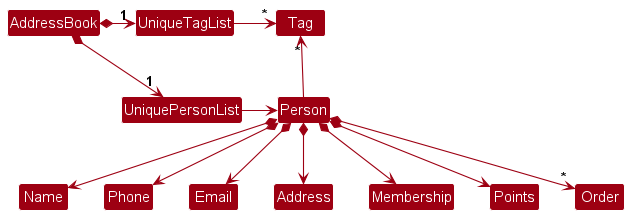
This is docs/images/BetterModelClassDiagram.png from kokerinks/tp, a PlantUML export, as it was before one commit.
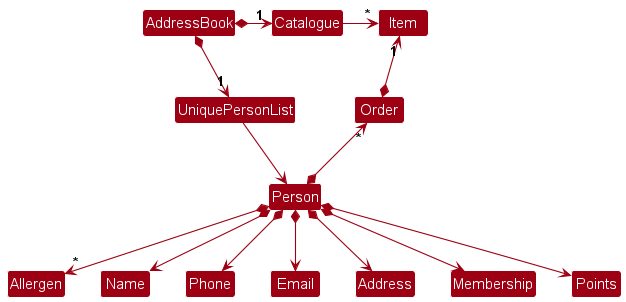
The same diagram one commit later.

Change to the diagram source:
```diff
@@ -5,20 +5,20 @@
 skinparam classBackgroundColor MODEL_COLOR
 
 AddressBook *-right-> "1" UniquePersonList
-AddressBook *-right-> "1" UniqueTagList
-UniqueTagList -[hidden]down- UniquePersonList
-UniqueTagList -[hidden]down- UniquePersonList
+AddressBook *-right-> "1" Catalogue
 
-UniqueTagList -right-> "*" Tag
 UniquePersonList -right-> Person
 
-Person -up-> "*" Tag
+Catalogue -right-> "*" Item
 
+Person *--> "*" Allergen
 Person *--> Name
 Person *--> Phone
 Person *--> Email
 Person *--> Address
 Person *--> Membership
 Person *--> Points
-Person *--> "*" Order
+Person *-up-> "*" Order
+
+Order *-up-> "1" Item
 @enduml
```
